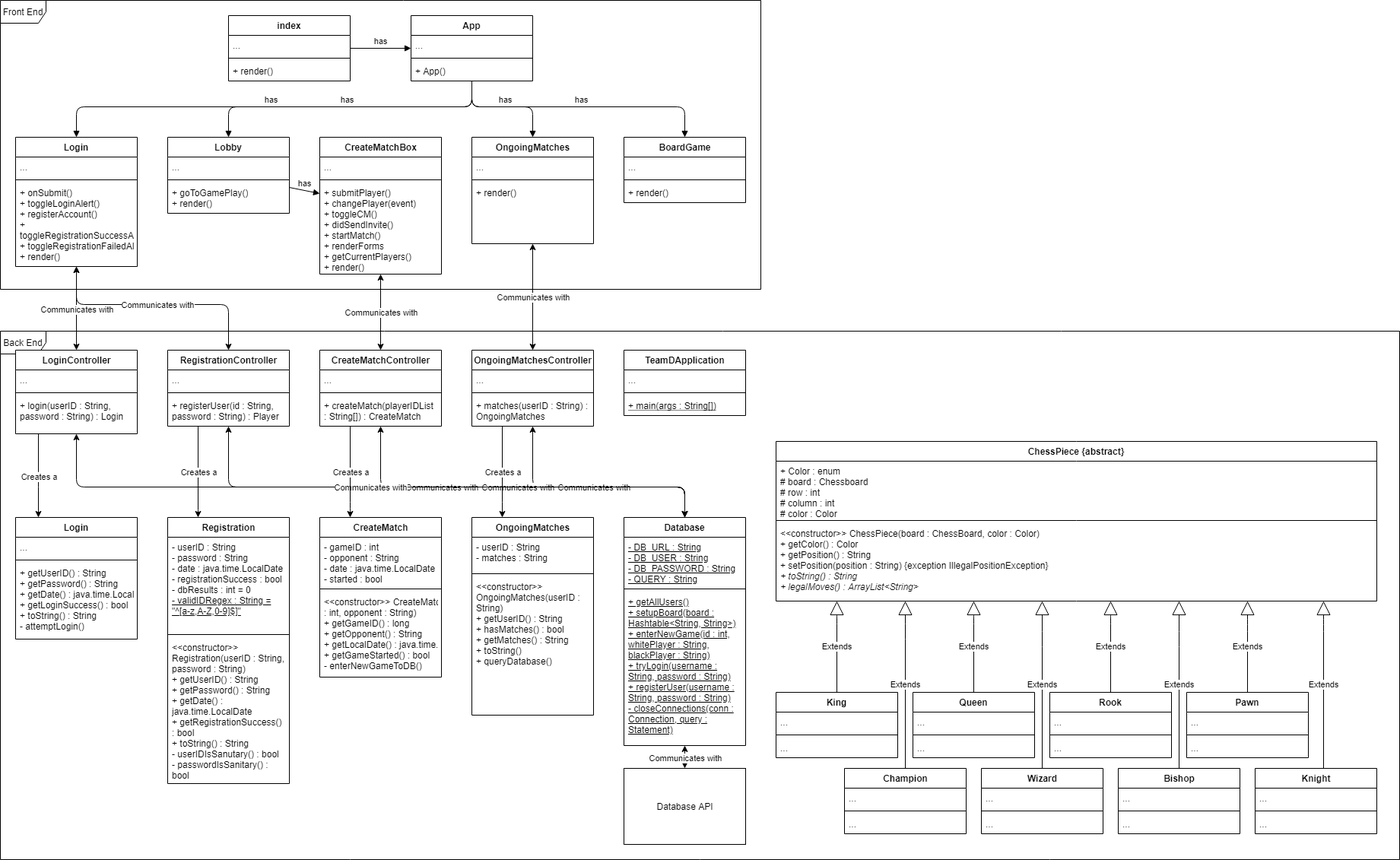
WaterbendingToph/cs414-f20-public_class_TeamD keeps this draw.io diagram as 3- Design Artifacts/P2 Class Diagram (Nov 1, 2020).png. Above is the earlier version. Source tidied: cells renumbered, new cells last; positions are measured from the earlier drawing's top-left corner, leaving out a move shared by most shapes.
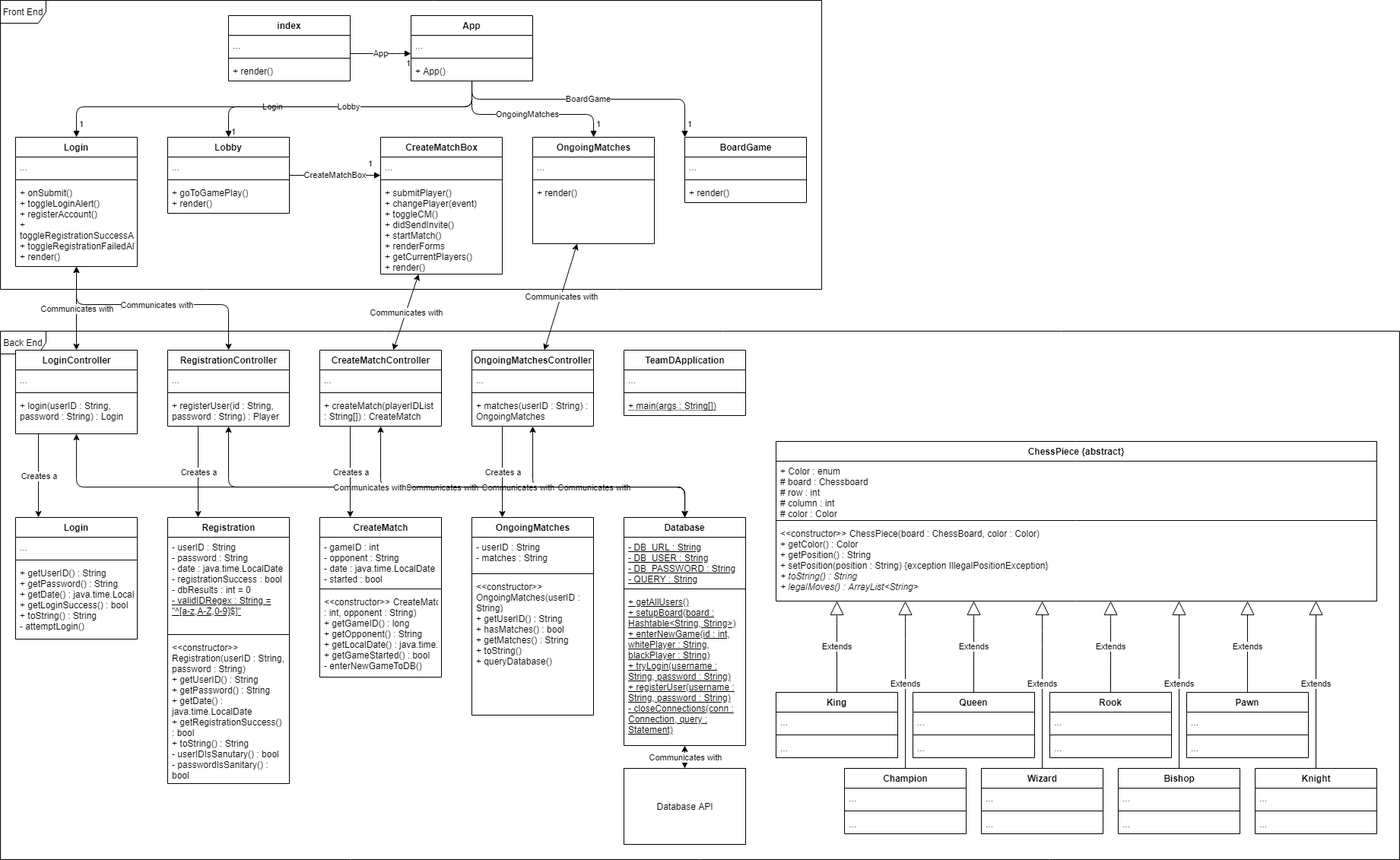
The same diagram one commit later.

Change to the diagram source:
```diff
@@ -3,7 +3,7 @@
     <mxCell id="0" />
     <mxCell id="1" parent="0" />
     <mxCell id="2" value="Front End" style="shape=umlFrame;whiteSpace=wrap;html=1;" parent="1" vertex="1">
-      <mxGeometry width="1000" height="380" as="geometry" />
+      <mxGeometry width="1080" height="380" as="geometry" />
     </mxCell>
     <mxCell id="3" value="Back End" style="shape=umlFrame;whiteSpace=wrap;html=1;" parent="1" vertex="1">
       <mxGeometry y="435" width="1840" height="695" as="geometry" />
@@ -145,7 +145,7 @@
       <mxGeometry y="60" width="160" height="40" as="geometry" />
     </mxCell>
     <mxCell id="36" value="CreateMatchBox" style="swimlane;fontStyle=1;align=center;verticalAlign=top;horizontal=1;startSize=26;html=1;" parent="1" vertex="1">
-      <mxGeometry x="420" y="180" width="160" height="180" as="geometry" />
+      <mxGeometry x="500" y="180" width="160" height="180" as="geometry" />
     </mxCell>
     <mxCell id="37" value="..." style="text;strokeColor=none;fillColor=none;align=left;verticalAlign=top;spacingLeft=4;spacingRight=4;overflow=hidden;" parent="36" vertex="1">
       <mxGeometry y="26" width="160" height="26" as="geometry" />
@@ -157,7 +157,7 @@
       <mxGeometry y="60" width="160" height="120" as="geometry" />
     </mxCell>
     <mxCell id="40" value="OngoingMatches" style="swimlane;fontStyle=1;align=center;verticalAlign=top;horizontal=1;startSize=26;html=1;" parent="1" vertex="1">
-      <mxGeometry x="620" y="180" width="160" height="140" as="geometry" />
+      <mxGeometry x="700" y="180" width="160" height="140" as="geometry" />
     </mxCell>
     <mxCell id="41" value="..." style="text;strokeColor=none;fillColor=none;align=left;verticalAlign=top;spacingLeft=4;spacingRight=4;overflow=hidden;" parent="40" vertex="1">
       <mxGeometry y="26" width="160" height="26" as="geometry" />
@@ -169,7 +169,7 @@
       <mxGeometry y="60" width="160" height="80" as="geometry" />
     </mxCell>
     <mxCell id="44" value="BoardGame" style="swimlane;fontStyle=1;align=center;verticalAlign=top;horizontal=1;startSize=26;html=1;" parent="1" vertex="1">
-      <mxGeometry x="820" y="180" width="160" height="86" as="geometry" />
+      <mxGeometry x="900" y="180" width="160" height="86" as="geometry" />
     </mxCell>
     <mxCell id="45" value="..." style="text;strokeColor=none;fillColor=none;align=left;verticalAlign=top;spacingLeft=4;spacingRight=4;overflow=hidden;" parent="44" vertex="1">
       <mxGeometry y="26" width="160" height="26" as="geometry" />
@@ -388,44 +388,6 @@
     <mxCell id="108" value="+ render()" style="text;strokeColor=none;fillColor=none;align=left;verticalAlign=top;spacingLeft=4;spacingRight=4;overflow=hidden;" parent="105" vertex="1">
       <mxGeometry y="60" width="160" height="26" as="geometry" />
     </mxCell>
-    <mxCell id="109" value="has" style="html=1;verticalAlign=bottom;endArrow=block;" parent="1" edge="1" source="105" target="101">
-      <mxGeometry relative="1" as="geometry" />
-    </mxCell>
-    <mxCell id="110" value="has" style="html=1;verticalAlign=bottom;endArrow=block;edgeStyle=orthogonalEdgeStyle;" parent="1" edge="1" source="101" target="4">
-      <mxGeometry relative="1" as="geometry">
-        <Array as="points">
-          <mxPoint x="620" y="140" />
-          <mxPoint x="100" y="140" />
-        </Array>
-      </mxGeometry>
-    </mxCell>
-    <mxCell id="111" value="has" style="html=1;verticalAlign=bottom;endArrow=block;edgeStyle=orthogonalEdgeStyle;" parent="1" edge="1" source="101" target="8">
-      <mxGeometry relative="1" as="geometry">
-        <Array as="points">
-          <mxPoint x="620" y="140" />
-          <mxPoint x="300" y="140" />
-        </Array>
-      </mxGeometry>
-    </mxCell>
-    <mxCell id="112" value="has" style="html=1;verticalAlign=bottom;endArrow=block;edgeStyle=orthogonalEdgeStyle;" parent="1" edge="1" source="101" target="44">
-      <mxGeometry relative="1" as="geometry">
-        <Array as="points">
-          <mxPoint x="620" y="140" />
-          <mxPoint x="900" y="140" />
-        </Array>
-      </mxGeometry>
-    </mxCell>
-    <mxCell id="113" value="has" style="html=1;verticalAlign=bottom;endArrow=block;edgeStyle=orthogonalEdgeStyle;" parent="1" edge="1" source="101" target="40">
-      <mxGeometry relative="1" as="geometry">
-        <Array as="points">
-          <mxPoint x="620" y="140" />
-          <mxPoint x="700" y="140" />
-        </Array>
-      </mxGeometry>
-    </mxCell>
-    <mxCell id="114" value="has" style="html=1;verticalAlign=bottom;endArrow=block;" parent="1" edge="1" source="8" target="36">
-      <mxGeometry relative="1" as="geometry" />
-    </mxCell>
     <mxCell id="115" value="Login" style="swimlane;fontStyle=1;align=center;verticalAlign=top;horizontal=1;startSize=26;" parent="1" vertex="1">
       <mxGeometry x="20" y="680" width="160" height="160" as="geometry" />
     </mxCell>
@@ -548,5 +510,81 @@
     <mxCell id="148" value="Creates a" style="edgeLabel;html=1;align=center;verticalAlign=middle;" parent="147" vertex="1">
       <mxGeometry relative="1" as="geometry" />
     </mxCell>
+    <mxCell id="110" value="Login" style="endArrow=block;html=1;endSize=6;startArrow=none;startSize=6;startFill=0;edgeStyle=orthogonalEdgeStyle;endFill=1;" parent="1" edge="1" source="101" target="4">
+      <mxGeometry relative="1" as="geometry">
+        <Array as="points">
+          <mxPoint x="620" y="140" />
+          <mxPoint x="100" y="140" />
+        </Array>
+      </mxGeometry>
+    </mxCell>
+    <mxCell id="149" value="1" style="edgeLabel;html=1;align=right;verticalAlign=top;" parent="110" vertex="1">
+      <mxGeometry x="1" relative="1" as="geometry">
+        <mxPoint x="9.9" y="-30.1" as="offset" />
+      </mxGeometry>
+    </mxCell>
+    <mxCell id="111" value="Lobby" style="endArrow=block;html=1;endSize=6;startArrow=none;startSize=6;startFill=0;edgeStyle=orthogonalEdgeStyle;endFill=1;" parent="1" edge="1" source="101" target="8">
+      <mxGeometry relative="1" as="geometry">
+        <Array as="points">
+          <mxPoint x="620" y="140" />
+          <mxPoint x="300" y="140" />
+        </Array>
+      </mxGeometry>
+    </mxCell>
+    <mxCell id="150" value="1" style="edgeLabel;html=1;align=right;verticalAlign=top;" parent="111" vertex="1">
+      <mxGeometry x="1" relative="1" as="geometry">
+        <mxPoint x="9.9" y="-20.1" as="offset" />
+      </mxGeometry>
+    </mxCell>
+    <mxCell id="113" value="OngoingMatches" style="endArrow=block;html=1;endSize=6;startArrow=none;startSize=6;startFill=0;edgeStyle=orthogonalEdgeStyle;endFill=1;" parent="1" edge="1" source="101" target="40">
+      <mxGeometry relative="1" as="geometry">
+        <Array as="points">
+          <mxPoint x="620" y="150" />
+          <mxPoint x="780" y="150" />
+        </Array>
+      </mxGeometry>
+    </mxCell>
+    <mxCell id="151" value="1" style="edgeLabel;html=1;align=right;verticalAlign=top;" parent="113" vertex="1">
+      <mxGeometry x="1" relative="1" as="geometry">
+        <mxPoint x="9.9" y="-30.1" as="offset" />
+      </mxGeometry>
+    </mxCell>
+    <mxCell id="112" value="BoardGame" style="endArrow=block;html=1;endSize=6;startArrow=none;startSize=6;startFill=0;edgeStyle=orthogonalEdgeStyle;endFill=1;" parent="1" edge="1" source="101" target="44">
+      <mxGeometry relative="1" as="geometry">
+        <Array as="points">
+          <mxPoint x="620" y="130" />
+          <mxPoint x="900" y="130" />
+        </Array>
+      </mxGeometry>
+    </mxCell>
+    <mxCell id="152" value="1" style="edgeLabel;html=1;align=right;verticalAlign=top;" parent="112" vertex="1">
+      <mxGeometry x="1" relative="1" as="geometry">
+        <mxPoint x="9.9" y="-30.1" as="offset" />
+      </mxGeometry>
+    </mxCell>
+    <mxCell id="109" value="App" style="endArrow=block;html=1;endSize=6;startArrow=none;startSize=6;startFill=0;edgeStyle=orthogonalEdgeStyle;endFill=1;" parent="1" edge="1" source="105" target="101">
+      <mxGeometry relative="1" as="geometry">
+        <Array as="points">
+          <mxPoint x="510" y="70" />
+          <mxPoint x="510" y="70" />
+        </Array>
+      </mxGeometry>
+    </mxCell>
+    <mxCell id="153" value="1" style="edgeLabel;html=1;align=right;verticalAlign=top;" parent="109" vertex="1">
+      <mxGeometry x="1" relative="1" as="geometry" />
+    </mxCell>
+    <mxCell id="114" value="CreateMatchBox" style="endArrow=block;html=1;endSize=6;startArrow=none;startSize=6;startFill=0;edgeStyle=orthogonalEdgeStyle;endFill=1;" parent="1" edge="1" source="8" target="36">
+      <mxGeometry relative="1" as="geometry">
+        <Array as="points">
+          <mxPoint x="450" y="230" />
+          <mxPoint x="450" y="230" />
+        </Array>
+      </mxGeometry>
+    </mxCell>
+    <mxCell id="154" value="1" style="edgeLabel;html=1;align=right;verticalAlign=top;" parent="114" vertex="1">
+      <mxGeometry x="1" relative="1" as="geometry">
+        <mxPoint x="-10" y="-28.1" as="offset" />
+      </mxGeometry>
+    </mxCell>
   </root>
 </mxGraphModel>
```
